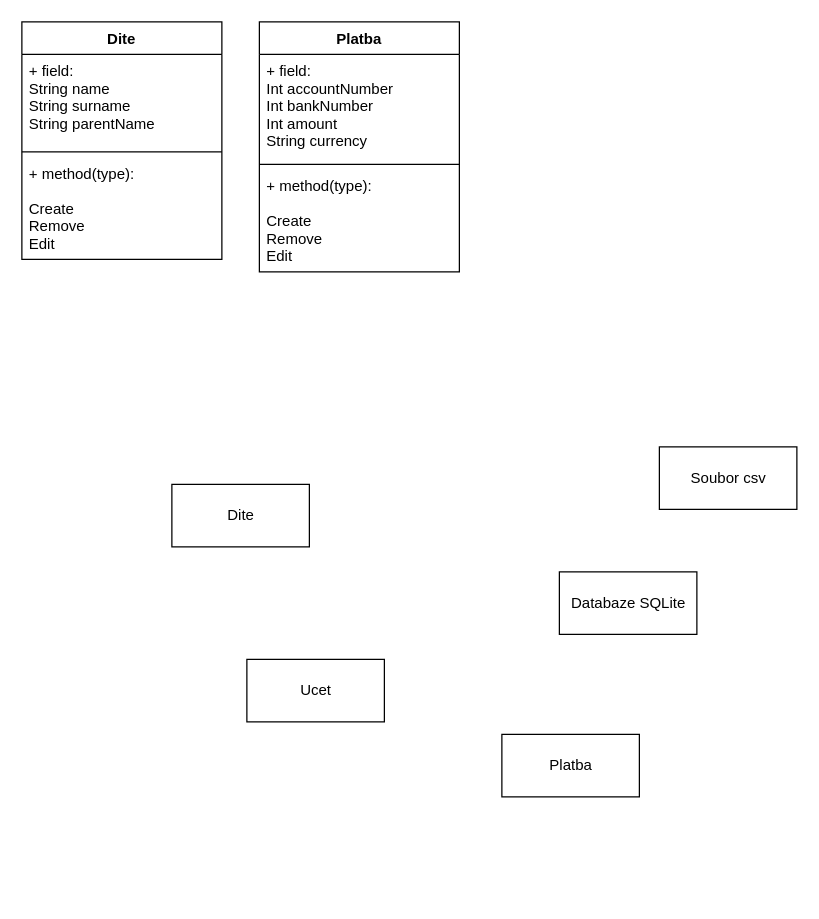
Above: page "Classes" (1 of 2) of Untitled Diagram.drawio in janHruska87/platby (draw.io), before the change. Source tidied: cells renumbered, new cells numbered last; positions are measured from the earlier drawing's top-left corner, leaving out a move shared by most shapes. Both pictures are drawn from the tidied source at 125%, with x=0, y=0 at pixel (21, 21).
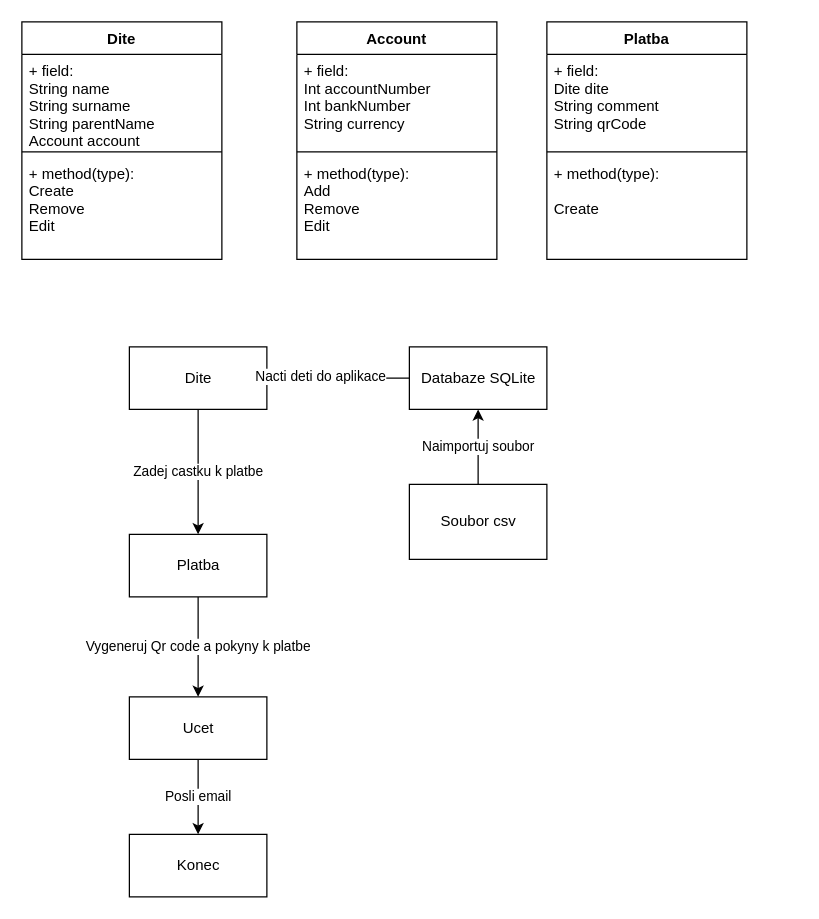
The same diagram, later.

Unchanged cells that the change refers to:
```xml
<mxCell id="2" value="Dite" style="swimlane;fontStyle=1;align=center;verticalAlign=top;horizontal=1;startSize=26;" parent="1" vertex="1">
  <mxGeometry width="160" height="190" as="geometry" />
</mxCell>
```

Change to the diagram source:
```diff
@@
-    <mxCell id="3" value="+ field: &#10;String name&#10;String surname&#10;String parentName&#10;&#10;&#10;" style="text;strokeColor=none;fillColor=none;align=left;verticalAlign=top;spacingLeft=4;spacingRight=4;overflow=hidden;" parent="2" vertex="1">
+    <mxCell id="3" value="+ field: &#10;String name&#10;String surname&#10;String parentName&#10;Account account&#10;&#10;&#10;&#10;" style="text;strokeColor=none;fillColor=none;align=left;verticalAlign=top;spacingLeft=4;spacingRight=4;overflow=hidden;" parent="2" vertex="1">
       <mxGeometry y="26" width="160" height="74" as="geometry" />
     </mxCell>
@@
-    <mxCell id="5" value="+ method(type): &#10;&#10;Create&#10;Remove&#10;Edit&#10;" style="text;strokeColor=none;fillColor=none;align=left;verticalAlign=top;spacingLeft=4;spacingRight=4;overflow=hidden;" parent="2" vertex="1">
+    <mxCell id="5" value="+ method(type): &#10;Create&#10;Remove&#10;Edit&#10;" style="text;strokeColor=none;fillColor=none;align=left;verticalAlign=top;spacingLeft=4;spacingRight=4;overflow=hidden;" parent="2" vertex="1">
       <mxGeometry y="108" width="160" height="82" as="geometry" />
     </mxCell>
+    <mxCell id="15" value="Zadej castku k platbe" style="edgeStyle=orthogonalEdgeStyle;rounded=0;jettySize=auto;html=1;" parent="1" edge="1" source="6" target="10">
+      <mxGeometry relative="1" as="geometry" />
+    </mxCell>
     <mxCell id="6" value="Dite" style="html=1;" parent="1" vertex="1">
-      <mxGeometry x="120" y="370" width="110" height="50" as="geometry" />
+      <mxGeometry x="86" y="260" width="110" height="50" as="geometry" />
     </mxCell>
+    <mxCell id="16" value="Naimportuj soubor" style="edgeStyle=orthogonalEdgeStyle;rounded=0;jettySize=auto;html=1;" parent="1" edge="1" source="7" target="8">
+      <mxGeometry relative="1" as="geometry" />
+    </mxCell>
     <mxCell id="7" value="Soubor csv" style="html=1;" parent="1" vertex="1">
-      <mxGeometry x="510" y="340" width="110" height="50" as="geometry" />
+      <mxGeometry x="310" y="370" width="110" height="60" as="geometry" />
     </mxCell>
+    <mxCell id="17" style="edgeStyle=orthogonalEdgeStyle;rounded=0;jettySize=auto;html=1;" parent="1" edge="1" source="8" target="6">
+      <mxGeometry relative="1" as="geometry" />
+    </mxCell>
+    <mxCell id="18" value="Nacti deti do aplikace" style="edgeLabel;html=1;align=center;verticalAlign=middle;" parent="17" vertex="1">
+      <mxGeometry x="0.26" y="-2" relative="1" as="geometry" />
+    </mxCell>
     <mxCell id="8" value="Databaze SQLite" style="html=1;" parent="1" vertex="1">
-      <mxGeometry x="430" y="440" width="110" height="50" as="geometry" />
+      <mxGeometry x="310" y="260" width="110" height="50" as="geometry" />
     </mxCell>
+    <mxCell id="19" value="Posli email" style="edgeStyle=orthogonalEdgeStyle;rounded=0;jettySize=auto;html=1;" parent="1" edge="1" source="9" target="25">
+      <mxGeometry relative="1" as="geometry" />
+    </mxCell>
     <mxCell id="9" value="Ucet" style="html=1;" parent="1" vertex="1">
-      <mxGeometry x="180" y="510" width="110" height="50" as="geometry" />
+      <mxGeometry x="86" y="540" width="110" height="50" as="geometry" />
     </mxCell>
+    <mxCell id="20" value="Vygeneruj Qr code a pokyny k platbe" style="edgeStyle=orthogonalEdgeStyle;rounded=0;jettySize=auto;html=1;" parent="1" edge="1" source="10" target="9">
+      <mxGeometry relative="1" as="geometry" />
+    </mxCell>
     <mxCell id="10" value="Platba" style="html=1;" parent="1" vertex="1">
-      <mxGeometry x="384" y="570" width="110" height="50" as="geometry" />
+      <mxGeometry x="86" y="410" width="110" height="50" as="geometry" />
     </mxCell>
     <mxCell id="11" value="Platba" style="swimlane;fontStyle=1;align=center;verticalAlign=top;horizontal=1;startSize=26;" parent="1" vertex="1">
-      <mxGeometry x="190" width="160" height="200" as="geometry" />
+      <mxGeometry x="420" width="160" height="190" as="geometry" />
     </mxCell>
-    <mxCell id="12" value="+ field: &#10;Int accountNumber&#10;Int bankNumber&#10;Int amount&#10;String currency &#10;&#10;&#10;&#10;" style="text;strokeColor=none;fillColor=none;align=left;verticalAlign=top;spacingLeft=4;spacingRight=4;overflow=hidden;" parent="11" vertex="1">
-      <mxGeometry y="26" width="160" height="84" as="geometry" />
+    <mxCell id="12" value="+ field: &#10;Dite dite&#10;String comment&#10;String qrCode&#10; &#10;&#10;&#10;&#10;" style="text;strokeColor=none;fillColor=none;align=left;verticalAlign=top;spacingLeft=4;spacingRight=4;overflow=hidden;" parent="11" vertex="1">
+      <mxGeometry y="26" width="160" height="74" as="geometry" />
     </mxCell>
     <mxCell id="13" style="line;strokeWidth=1;fillColor=none;align=left;verticalAlign=middle;spacingTop=-1;spacingLeft=3;spacingRight=3;labelPosition=right;" parent="11" vertex="1">
-      <mxGeometry y="110" width="160" height="8" as="geometry" />
+      <mxGeometry y="100" width="160" height="8" as="geometry" />
     </mxCell>
-    <mxCell id="14" value="+ method(type): &#10;&#10;Create&#10;Remove&#10;Edit&#10;" style="text;strokeColor=none;fillColor=none;align=left;verticalAlign=top;spacingLeft=4;spacingRight=4;overflow=hidden;" parent="11" vertex="1">
-      <mxGeometry y="118" width="160" height="82" as="geometry" />
+    <mxCell id="14" value="+ method(type): &#10;&#10;Create&#10;&#10;" style="text;strokeColor=none;fillColor=none;align=left;verticalAlign=top;spacingLeft=4;spacingRight=4;overflow=hidden;" parent="11" vertex="1">
+      <mxGeometry y="108" width="160" height="82" as="geometry" />
     </mxCell>
+    <mxCell id="21" value="Account" style="swimlane;fontStyle=1;align=center;verticalAlign=top;horizontal=1;startSize=26;" parent="1" vertex="1">
+      <mxGeometry x="220" width="160" height="190" as="geometry" />
+    </mxCell>
+    <mxCell id="22" value="+ field: &#10;Int accountNumber&#10;Int bankNumber&#10;String currency&#10; &#10;&#10;&#10;&#10;" style="text;strokeColor=none;fillColor=none;align=left;verticalAlign=top;spacingLeft=4;spacingRight=4;overflow=hidden;" parent="21" vertex="1">
+      <mxGeometry y="26" width="160" height="74" as="geometry" />
+    </mxCell>
+    <mxCell id="23" style="line;strokeWidth=1;fillColor=none;align=left;verticalAlign=middle;spacingTop=-1;spacingLeft=3;spacingRight=3;labelPosition=right;" parent="21" vertex="1">
+      <mxGeometry y="100" width="160" height="8" as="geometry" />
+    </mxCell>
+    <mxCell id="24" value="+ method(type): &#10;Add&#10;Remove&#10;Edit&#10;&#10;&#10;&#10;" style="text;strokeColor=none;fillColor=none;align=left;verticalAlign=top;spacingLeft=4;spacingRight=4;overflow=hidden;" parent="21" vertex="1">
+      <mxGeometry y="108" width="160" height="82" as="geometry" />
+    </mxCell>
+    <mxCell id="25" value="Konec" style="html=1;" parent="1" vertex="1">
+      <mxGeometry x="86" y="650" width="110" height="50" as="geometry" />
+    </mxCell>
```
